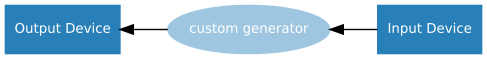
Before: docs/images/source_values/value_processing.png, a diagram exported from Graphviz (gpiozero/gpiozero). Its source is kept beside it as docs/images/source_values/value_processing.dot.
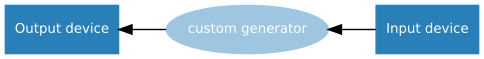
Later version of the same file.

Change to the diagram source:
```diff
@@ -7,8 +7,8 @@
     /* Devices */
     node [shape=rect, style=filled, color="#2980b9", fontname=Sans, fontcolor="#ffffff", fontsize=10];
 
-    output [label="Output Device"]
-    input [label="Input Device"]
+    output [label="Output device"]
+    input [label="Input device"]
 
     /* functions */
     node [shape=oval, style=filled, color="#9ec6e0", fontcolor="#ffffff"];
```
